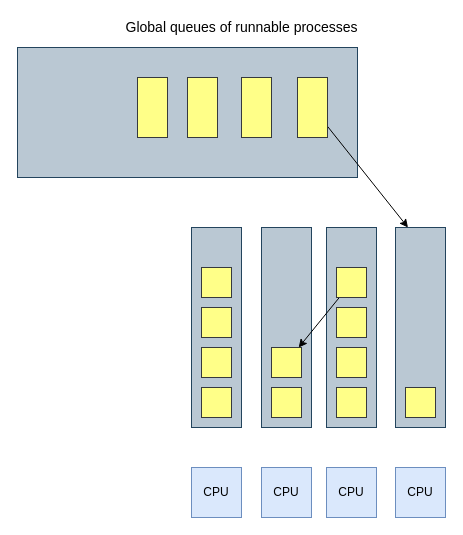
Above: symmetrical-scheduling-Hybrid-approach.drawio in estraining/diagram-store (draw.io), before the change. Source tidied: cells renumbered, new cells numbered last; positions are measured from the earlier drawing's top-left corner, leaving out a move shared by most shapes. Both pictures are drawn from the tidied source at 100%, with x=0, y=0 at pixel (17, 17).
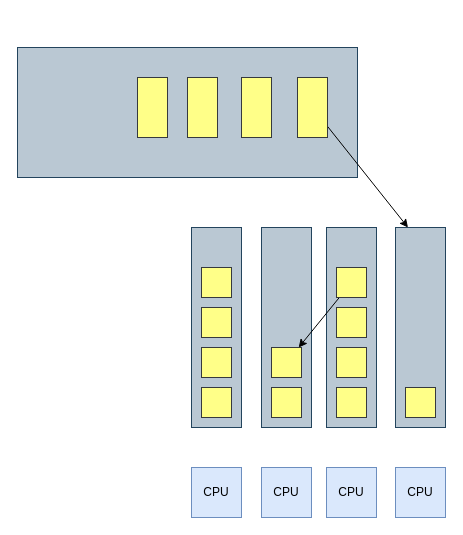
Above is the later version.

Change to the diagram source:
```diff
@@
-    <mxCell id="28" value="&lt;font style=&quot;font-size: 14px&quot;&gt;Global queues of runnable processes&lt;/font&gt;" style="text;html=1;align=center;verticalAlign=middle;" parent="1" vertex="1">
-      <mxGeometry x="99" width="250" height="20" as="geometry" />
-    </mxCell>
```
